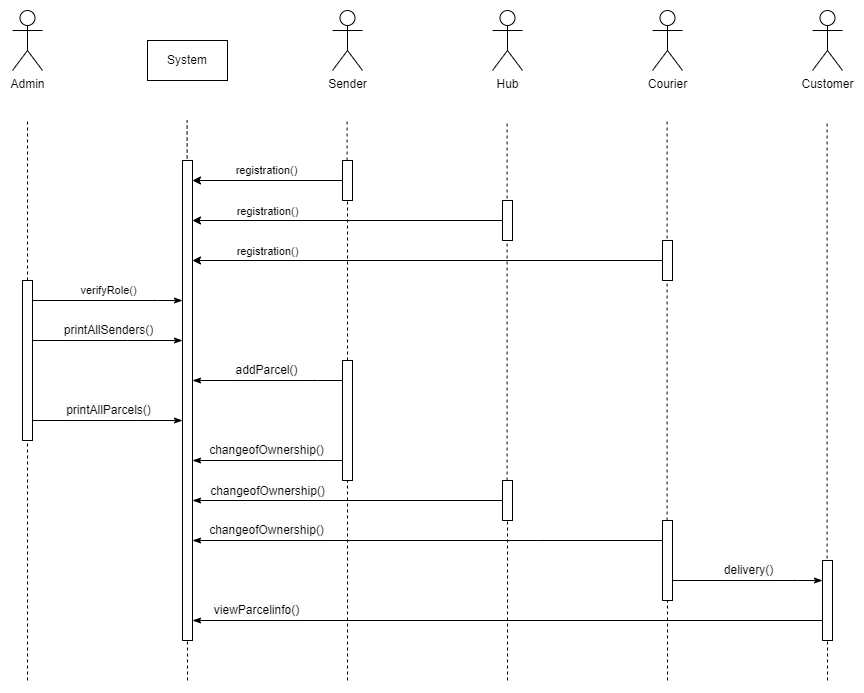
Earlier version of the draw.io export assets/img/BC-Sequence Diagram.drawio.png (0xh34rtl3ss/SupplyChain_dApp). Source tidied: cells renumbered, new cells last; positions are measured from the earlier drawing's top-left corner, leaving out a move shared by most shapes.
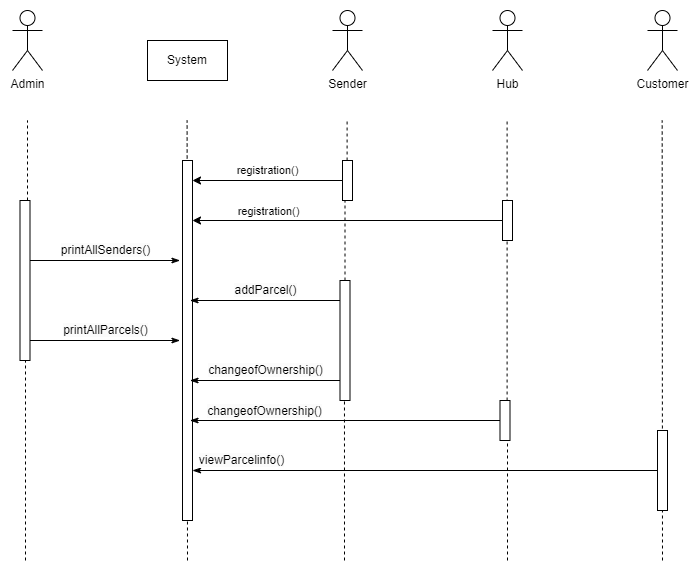
Later version of the same file.

Diff of the diagram source:
```diff
@@ -9,7 +9,7 @@
       <mxGeometry width="30" height="60" as="geometry" />
     </mxCell>
     <mxCell id="4" value="Customer" style="shape=umlActor;verticalLabelPosition=bottom;verticalAlign=top;html=1;" parent="1" vertex="1">
-      <mxGeometry x="800" width="30" height="60" as="geometry" />
+      <mxGeometry x="635" width="30" height="60" as="geometry" />
     </mxCell>
     <mxCell id="5" value="Sender" style="shape=umlActor;verticalLabelPosition=bottom;verticalAlign=top;html=1;" parent="1" vertex="1">
       <mxGeometry x="320" width="30" height="60" as="geometry" />
@@ -19,22 +19,11 @@
         <mxPoint x="15" y="110" as="targetPoint" />
       </mxGeometry>
     </mxCell>
-    <mxCell id="7" style="endArrow=none;dashed=1;html=1;rounded=0;startArrow=none;" parent="1" edge="1">
-      <mxGeometry relative="1" as="geometry">
-        <mxPoint x="814.6" y="590" as="sourcePoint" />
-        <mxPoint x="814.6" y="110" as="targetPoint" />
-      </mxGeometry>
-    </mxCell>
     <mxCell id="8" style="endArrow=none;dashed=1;html=1;rounded=0;startArrow=none;" parent="1" edge="1" source="38">
       <mxGeometry relative="1" as="geometry">
         <mxPoint x="494.6" y="110" as="targetPoint" />
       </mxGeometry>
     </mxCell>
-    <mxCell id="9" style="endArrow=none;dashed=1;html=1;rounded=0;startArrow=none;" parent="1" edge="1" source="41">
-      <mxGeometry relative="1" as="geometry">
-        <mxPoint x="654.6" y="110" as="targetPoint" />
-      </mxGeometry>
-    </mxCell>
     <mxCell id="10" style="endArrow=none;dashed=1;html=1;rounded=0;startArrow=none;" parent="1" edge="1" source="13">
       <mxGeometry relative="1" as="geometry">
         <mxPoint x="334.6" y="110" as="targetPoint" />
@@ -42,7 +31,7 @@
     </mxCell>
     <mxCell id="11" style="endArrow=none;dashed=1;html=1;rounded=0;" parent="1" edge="1">
       <mxGeometry relative="1" as="geometry">
-        <mxPoint x="175" y="670" as="sourcePoint" />
+        <mxPoint x="175" y="550" as="sourcePoint" />
         <mxPoint x="174.6" y="110" as="targetPoint" />
       </mxGeometry>
     </mxCell>
@@ -56,7 +45,7 @@
       <mxGeometry relative="1" as="geometry" />
     </mxCell>
     <mxCell id="15" style="html=1;points=[];perimeter=orthogonalPerimeter;strokeColor=default;" parent="1" vertex="1">
-      <mxGeometry x="170" y="150" width="10" height="480" as="geometry" />
+      <mxGeometry x="170" y="150" width="10" height="360" as="geometry" />
     </mxCell>
     <mxCell id="16" style="rounded=0;jettySize=auto;html=1;startArrow=none;startFill=0;endArrow=classic;endFill=1;" parent="1" edge="1" source="18">
       <mxGeometry relative="1" as="geometry">
@@ -71,93 +60,67 @@
     <mxCell id="18" style="html=1;points=[];perimeter=orthogonalPerimeter;" parent="1" vertex="1">
       <mxGeometry x="490" y="190" width="10" height="40" as="geometry" />
     </mxCell>
-    <mxCell id="19" style="edgeStyle=none;rounded=0;jettySize=auto;html=1;startArrow=none;startFill=0;endArrow=classic;endFill=1;" parent="1" edge="1" source="21">
-      <mxGeometry relative="1" as="geometry">
-        <mxPoint x="180" y="250" as="targetPoint" />
-      </mxGeometry>
-    </mxCell>
-    <mxCell id="20" value="registration()" style="edgeLabel;html=1;align=center;verticalAlign=middle;" parent="19" vertex="1">
-      <mxGeometry x="0.44" relative="1" as="geometry">
-        <mxPoint x="-58" y="-10" as="offset" />
-      </mxGeometry>
-    </mxCell>
-    <mxCell id="21" style="html=1;points=[];perimeter=orthogonalPerimeter;" parent="1" vertex="1">
-      <mxGeometry x="650" y="230" width="10" height="40" as="geometry" />
-    </mxCell>
-    <mxCell id="22" value="verifyRole()" style="rounded=0;jettySize=auto;html=1;startArrow=none;startFill=0;endArrow=classicThin;endFill=1;" parent="1" edge="1" source="25" target="15">
-      <mxGeometry y="10" relative="1" as="geometry">
-        <Array as="points">
-          <mxPoint x="145" y="290" />
-        </Array>
-      </mxGeometry>
-    </mxCell>
-    <mxCell id="23" value="&lt;span style=&quot;font-size: 12px; background-color: rgb(251, 251, 251);&quot;&gt;printAllSenders()&lt;/span&gt;" style="edgeStyle=none;rounded=0;jettySize=auto;html=1;startArrow=none;startFill=0;endArrow=classicThin;endFill=1;" parent="1" edge="1" source="25" target="15">
+    <mxCell id="23" value="&lt;span style=&quot;font-size: 12px; background-color: rgb(251, 251, 251);&quot;&gt;printAllSenders()&lt;/span&gt;" style="edgeStyle=none;rounded=0;jettySize=auto;html=1;startArrow=none;startFill=0;endArrow=classicThin;endFill=1;" parent="1" edge="1" source="25">
       <mxGeometry y="10" relative="1" as="geometry">
+        <mxPoint x="167.5" y="250" as="targetPoint" />
         <Array as="points">
-          <mxPoint x="115" y="330" />
+          <mxPoint x="112.5" y="250" />
         </Array>
       </mxGeometry>
     </mxCell>
-    <mxCell id="24" value="&lt;span style=&quot;font-size: 12px; background-color: rgb(251, 251, 251);&quot;&gt;printAllParcels()&lt;/span&gt;" style="rounded=0;jettySize=auto;html=1;startArrow=none;startFill=0;endArrow=classicThin;endFill=1;" parent="1" edge="1" source="25" target="15">
+    <mxCell id="24" value="&lt;span style=&quot;font-size: 12px; background-color: rgb(251, 251, 251);&quot;&gt;printAllParcels()&lt;/span&gt;" style="rounded=0;jettySize=auto;html=1;startArrow=none;startFill=0;endArrow=classicThin;endFill=1;" parent="1" edge="1" source="25">
       <mxGeometry y="10" relative="1" as="geometry">
+        <mxPoint x="167.5" y="330" as="targetPoint" />
         <Array as="points">
-          <mxPoint x="125" y="410" />
+          <mxPoint x="122.5" y="330" />
         </Array>
       </mxGeometry>
     </mxCell>
     <mxCell id="25" style="html=1;points=[];perimeter=orthogonalPerimeter;" parent="1" vertex="1">
-      <mxGeometry x="10" y="270" width="10" height="160" as="geometry" />
+      <mxGeometry x="7.5" y="190" width="10" height="160" as="geometry" />
     </mxCell>
     <mxCell id="26" style="endArrow=none;dashed=1;html=1;rounded=0;" parent="1" edge="1" target="25">
       <mxGeometry relative="1" as="geometry">
-        <mxPoint x="15" y="670" as="sourcePoint" />
+        <mxPoint x="13" y="550" as="sourcePoint" />
       </mxGeometry>
     </mxCell>
-    <mxCell id="27" value="Courier" style="shape=umlActor;verticalLabelPosition=bottom;verticalAlign=top;html=1;" parent="1" vertex="1">
-      <mxGeometry x="640" width="30" height="60" as="geometry" />
-    </mxCell>
     <mxCell id="28" value="Hub" style="shape=umlActor;verticalLabelPosition=bottom;verticalAlign=top;html=1;" parent="1" vertex="1">
       <mxGeometry x="480" width="30" height="60" as="geometry" />
     </mxCell>
-    <mxCell id="29" value="&lt;span style=&quot;font-size: 12px; background-color: rgb(251, 251, 251);&quot;&gt;addParcel()&lt;/span&gt;" style="rounded=0;jettySize=auto;html=1;startArrow=none;startFill=0;endArrow=classicThin;endFill=1;" parent="1" edge="1" source="31" target="15">
+    <mxCell id="29" value="&lt;span style=&quot;font-size: 12px; background-color: rgb(251, 251, 251);&quot;&gt;addParcel()&lt;/span&gt;" style="rounded=0;jettySize=auto;html=1;startArrow=none;startFill=0;endArrow=classicThin;endFill=1;" parent="1" edge="1" source="31">
       <mxGeometry y="-10" relative="1" as="geometry">
+        <mxPoint x="177.5" y="290" as="targetPoint" />
         <Array as="points">
-          <mxPoint x="305" y="370" />
+          <mxPoint x="302.5" y="290" />
         </Array>
       </mxGeometry>
     </mxCell>
-    <mxCell id="30" value="&lt;span style=&quot;font-size: 12px; background-color: rgb(251, 251, 251);&quot;&gt;changeofOwnership()&lt;/span&gt;" style="rounded=0;jettySize=auto;html=1;startArrow=none;startFill=0;endArrow=classicThin;endFill=1;" parent="1" edge="1" source="31" target="15">
+    <mxCell id="30" value="&lt;span style=&quot;font-size: 12px; background-color: rgb(251, 251, 251);&quot;&gt;changeofOwnership()&lt;/span&gt;" style="rounded=0;jettySize=auto;html=1;startArrow=none;startFill=0;endArrow=classicThin;endFill=1;" parent="1" edge="1" source="31">
       <mxGeometry y="-10" relative="1" as="geometry">
+        <mxPoint x="177.5" y="370" as="targetPoint" />
         <Array as="points">
-          <mxPoint x="305" y="450" />
+          <mxPoint x="302.5" y="370" />
         </Array>
       </mxGeometry>
     </mxCell>
     <mxCell id="31" style="html=1;points=[];perimeter=orthogonalPerimeter;" parent="1" vertex="1">
-      <mxGeometry x="330" y="350" width="10" height="120" as="geometry" />
+      <mxGeometry x="327.5" y="270" width="10" height="120" as="geometry" />
     </mxCell>
-    <mxCell id="32" style="endArrow=none;dashed=1;html=1;rounded=0;" parent="1" edge="1" target="31">
+    <mxCell id="32" style="endArrow=none;dashed=1;html=1;rounded=0;entryX=0.447;entryY=0.999;entryDx=0;entryDy=0;entryPerimeter=0;" parent="1" edge="1" target="31">
       <mxGeometry relative="1" as="geometry">
-        <mxPoint x="335" y="670" as="sourcePoint" />
+        <mxPoint x="332" y="550" as="sourcePoint" />
       </mxGeometry>
     </mxCell>
-    <mxCell id="33" value="&lt;span style=&quot;font-size: 12px; background-color: rgb(251, 251, 251);&quot;&gt;delivery()&lt;/span&gt;" style="rounded=0;jettySize=auto;html=1;startArrow=none;startFill=0;endArrow=classicThin;endFill=1;" parent="1" edge="1" source="41" target="34">
-      <mxGeometry y="10" relative="1" as="geometry">
-        <Array as="points">
-          <mxPoint x="785" y="570" />
-        </Array>
-      </mxGeometry>
-    </mxCell>
-    <mxCell id="34" style="html=1;points=[];perimeter=orthogonalPerimeter;strokeColor=default;" parent="1" vertex="1">
-      <mxGeometry x="810" y="550" width="10" height="80" as="geometry" />
-    </mxCell>
-    <mxCell id="35" value="&lt;span style=&quot;font-size: 12px; background-color: rgb(251, 251, 251);&quot;&gt;viewParcelinfo()&lt;/span&gt;" style="rounded=0;jettySize=auto;html=1;startArrow=none;startFill=0;endArrow=classicThin;endFill=1;" parent="1" edge="1" target="15">
+    <mxCell id="35" value="&lt;span style=&quot;font-size: 12px; background-color: rgb(251, 251, 251);&quot;&gt;viewParcelinfo()&lt;/span&gt;" style="rounded=0;orthogonalLoop=1;jettySize=auto;html=1;startArrow=none;startFill=0;endArrow=classicThin;endFill=1;" parent="1" edge="1">
       <mxGeometry x="0.79" y="-10" relative="1" as="geometry">
-        <mxPoint x="810" y="610" as="sourcePoint" />
+        <mxPoint x="655" y="460" as="sourcePoint" />
+        <mxPoint x="180" y="460" as="targetPoint" />
       </mxGeometry>
     </mxCell>
-    <mxCell id="36" style="edgeStyle=none;rounded=0;jettySize=auto;html=1;startArrow=none;startFill=0;endArrow=classicThin;endFill=1;" parent="1" edge="1" source="38" target="15">
-      <mxGeometry relative="1" as="geometry" />
+    <mxCell id="36" style="edgeStyle=none;rounded=0;jettySize=auto;html=1;startArrow=none;startFill=0;endArrow=classicThin;endFill=1;" parent="1" edge="1" source="38">
+      <mxGeometry relative="1" as="geometry">
+        <mxPoint x="177.5" y="410" as="targetPoint" />
+      </mxGeometry>
     </mxCell>
     <mxCell id="37" value="&lt;span style=&quot;font-size: 12px; background-color: rgb(251, 251, 251);&quot;&gt;changeofOwnership()&lt;/span&gt;" style="edgeLabel;html=1;align=center;verticalAlign=middle;" parent="36" vertex="1">
       <mxGeometry x="-0.26" y="-1" relative="1" as="geometry">
@@ -165,33 +128,24 @@
       </mxGeometry>
     </mxCell>
     <mxCell id="38" style="html=1;points=[];perimeter=orthogonalPerimeter;" parent="1" vertex="1">
-      <mxGeometry x="490" y="470" width="10" height="40" as="geometry" />
+      <mxGeometry x="487.5" y="390" width="10" height="40" as="geometry" />
     </mxCell>
     <mxCell id="39" style="endArrow=none;dashed=1;html=1;rounded=0;" parent="1" edge="1" target="38">
       <mxGeometry relative="1" as="geometry">
-        <mxPoint x="495" y="670" as="sourcePoint" />
+        <mxPoint x="495" y="550" as="sourcePoint" />
+        <Array as="points">
+          <mxPoint x="495" y="480" />
+        </Array>
       </mxGeometry>
     </mxCell>
-    <mxCell id="40" value="&lt;span style=&quot;font-size: 12px; background-color: rgb(251, 251, 251);&quot;&gt;changeofOwnership()&lt;/span&gt;" style="rounded=0;jettySize=auto;html=1;startArrow=none;startFill=0;endArrow=classicThin;endFill=1;" parent="1" edge="1" source="41" target="15">
-      <mxGeometry x="0.68" y="-10" relative="1" as="geometry">
-        <Array as="points">
-          <mxPoint x="525" y="530" />
-        </Array>
-      </mxGeometry>
-    </mxCell>
-    <mxCell id="41" style="html=1;points=[];perimeter=orthogonalPerimeter;" parent="1" vertex="1">
-      <mxGeometry x="650" y="510" width="10" height="80" as="geometry" />
-    </mxCell>
-    <mxCell id="42" style="endArrow=none;dashed=1;html=1;rounded=0;startArrow=none;" parent="1" edge="1" target="41">
-      <mxGeometry relative="1" as="geometry">
-        <mxPoint x="655" y="670" as="sourcePoint" />
-      </mxGeometry>
-    </mxCell>
-    <mxCell id="43" style="endArrow=none;dashed=1;html=1;rounded=0;" parent="1" edge="1">
-      <mxGeometry relative="1" as="geometry">
-        <mxPoint x="815" y="670" as="sourcePoint" />
-        <mxPoint x="815" y="630" as="targetPoint" />
-      </mxGeometry>
-    </mxCell>
+    <mxCell id="44" style="endArrow=none;dashed=1;html=1;rounded=0;startArrow=none;" parent="1" edge="1">
+      <mxGeometry relative="1" as="geometry">
+        <mxPoint x="650" y="550" as="sourcePoint" />
+        <mxPoint x="649.7" y="110" as="targetPoint" />
+      </mxGeometry>
+    </mxCell>
+    <mxCell id="34" style="html=1;points=[];perimeter=orthogonalPerimeter;strokeColor=default;" parent="1" vertex="1">
+      <mxGeometry x="645" y="420" width="10" height="80" as="geometry" />
+    </mxCell>
   </root>
 </mxGraphModel>
```
